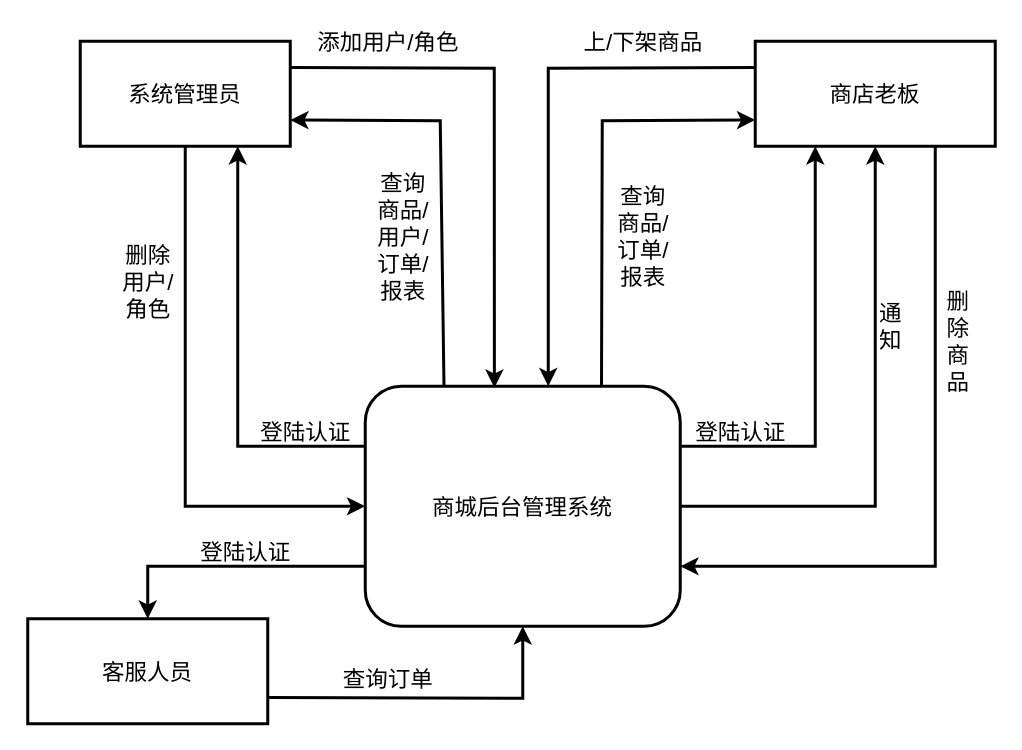
srcrs/draw-static keeps this draw.io diagram as 上下纹数据流图.drawio. Above is the earlier version. Source tidied: cells renumbered, new cells numbered last; positions are measured from the earlier drawing's top-left corner, leaving out a move shared by most shapes. Both pictures are drawn from the tidied source at 150%, with x=0, y=0 at pixel (27, 26).
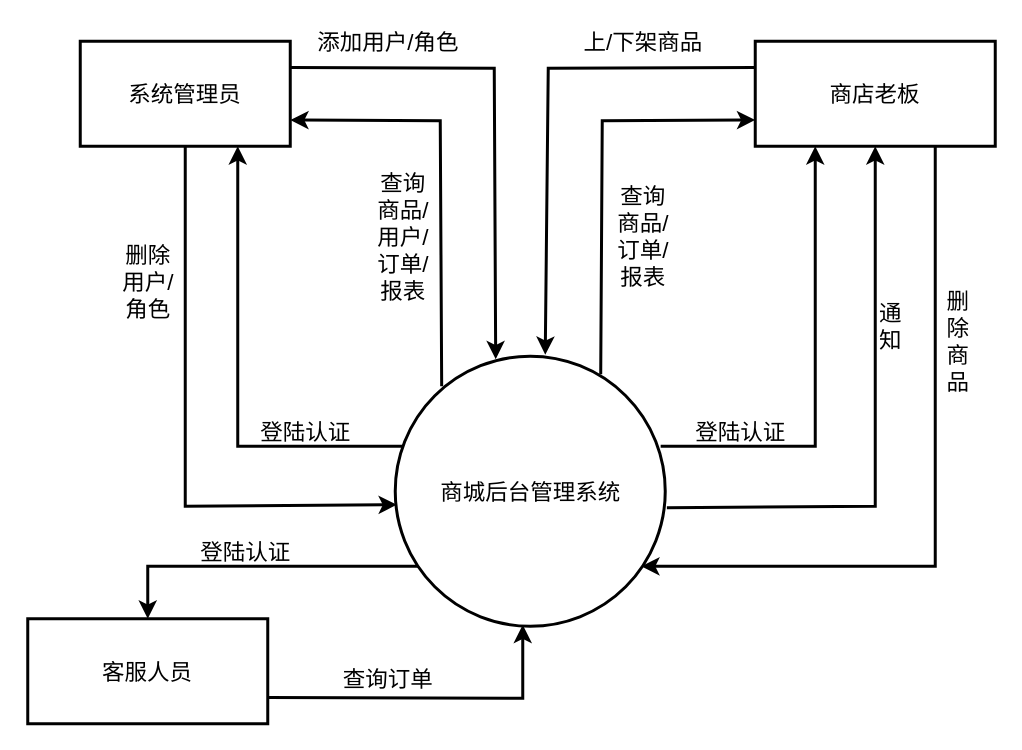
The same page after the edit.

Commit message:
更新上下纹数据流图.drawio

Unchanged cells that the change refers to:
```xml
<mxCell id="3" value="系统管理员" style="rounded=0;whiteSpace=wrap;html=1;absoluteArcSize=1;arcSize=14;strokeWidth=2;fontSize=15;" parent="1" vertex="1">
  <mxGeometry x="35" y="10" width="140" height="70" as="geometry" />
</mxCell>
<mxCell id="4" value="客服人员" style="rounded=0;whiteSpace=wrap;html=1;absoluteArcSize=1;arcSize=14;strokeWidth=2;fontSize=15;" parent="1" vertex="1">
  <mxGeometry y="395" width="160" height="70" as="geometry" />
</mxCell>
<mxCell id="5" value="商店老板" style="rounded=0;whiteSpace=wrap;html=1;absoluteArcSize=1;arcSize=14;strokeWidth=2;fontSize=15;" parent="1" vertex="1">
  <mxGeometry x="485" y="10" width="160" height="70" as="geometry" />
</mxCell>
```

The edit, as a diff of the source:
```diff
@@
-    <mxCell id="2" value="商城后台管理系统" style="rounded=1;whiteSpace=wrap;html=1;strokeWidth=2;fontSize=15;" parent="1" vertex="1">
-      <mxGeometry x="225" y="240" width="210" height="160" as="geometry" />
-    </mxCell>
@@
-    <mxCell id="6" style="endArrow=classic;html=1;fontSize=15;strokeWidth=2;exitX=1;exitY=0.25;exitDx=0;exitDy=0;entryX=0.41;entryY=0.006;entryDx=0;entryDy=0;entryPerimeter=0;rounded=0;" parent="1" edge="1" source="3" target="2">
+    <mxCell id="6" style="endArrow=classic;html=1;fontSize=15;strokeWidth=2;exitX=1;exitY=0.25;exitDx=0;exitDy=0;rounded=0;entryX=0.372;entryY=0.011;entryDx=0;entryDy=0;entryPerimeter=0;" parent="1" edge="1" source="3" target="2">
       <mxGeometry relative="1" as="geometry">
         <Array as="points">
           <mxPoint x="311" y="28" />
         </Array>
       </mxGeometry>
     </mxCell>
-    <mxCell id="7" style="endArrow=classic;html=1;fontSize=15;strokeWidth=2;entryX=1;entryY=0.75;entryDx=0;entryDy=0;exitX=0.25;exitY=0;exitDx=0;exitDy=0;rounded=0;" parent="1" edge="1" source="2" target="3">
+    <mxCell id="7" style="endArrow=classic;html=1;fontSize=15;strokeWidth=2;entryX=1;entryY=0.75;entryDx=0;entryDy=0;rounded=0;exitX=0.172;exitY=0.111;exitDx=0;exitDy=0;exitPerimeter=0;" parent="1" edge="1" source="2" target="3">
       <mxGeometry relative="1" as="geometry">
         <Array as="points">
           <mxPoint x="275" y="63" />
         </Array>
       </mxGeometry>
     </mxCell>
-    <mxCell id="8" style="endArrow=classic;html=1;fontSize=15;strokeWidth=2;entryX=0.75;entryY=1;entryDx=0;entryDy=0;exitX=0;exitY=0.25;exitDx=0;exitDy=0;rounded=0;" parent="1" edge="1" source="2" target="3">
+    <mxCell id="8" style="endArrow=classic;html=1;fontSize=15;strokeWidth=2;entryX=0.75;entryY=1;entryDx=0;entryDy=0;rounded=0;exitX=0.056;exitY=0.333;exitDx=0;exitDy=0;exitPerimeter=0;" parent="1" edge="1" source="2" target="3">
       <mxGeometry relative="1" as="geometry">
         <Array as="points">
           <mxPoint x="140" y="280" />
         </Array>
       </mxGeometry>
     </mxCell>
@@
     <mxCell id="12" style="endArrow=classic;html=1;fontSize=15;strokeWidth=2;exitX=0;exitY=0.25;exitDx=0;exitDy=0;rounded=0;" parent="1" edge="1" source="5">
       <mxGeometry relative="1" as="geometry">
-        <mxPoint x="347" y="240" as="targetPoint" />
+        <mxPoint x="345" y="219" as="targetPoint" />
         <Array as="points">
           <mxPoint x="347" y="28" />
         </Array>
       </mxGeometry>
     </mxCell>
@@
-    <mxCell id="14" style="endArrow=classic;html=1;fontSize=15;strokeWidth=2;exitX=0.75;exitY=0;exitDx=0;exitDy=0;entryX=0;entryY=0.75;entryDx=0;entryDy=0;rounded=0;" parent="1" edge="1" source="2" target="5">
+    <mxCell id="14" style="endArrow=classic;html=1;fontSize=15;strokeWidth=2;entryX=0;entryY=0.75;entryDx=0;entryDy=0;rounded=0;exitX=0.761;exitY=0.067;exitDx=0;exitDy=0;exitPerimeter=0;" parent="1" edge="1" source="2" target="5">
       <mxGeometry relative="1" as="geometry">
         <Array as="points">
           <mxPoint x="383" y="63" />
         </Array>
       </mxGeometry>
     </mxCell>
@@
-    <mxCell id="16" style="endArrow=classic;html=1;fontSize=15;strokeWidth=2;exitX=1;exitY=0.25;exitDx=0;exitDy=0;entryX=0.25;entryY=1;entryDx=0;entryDy=0;rounded=0;" parent="1" edge="1" source="2" target="5">
+    <mxCell id="16" style="endArrow=classic;html=1;fontSize=15;strokeWidth=2;entryX=0.25;entryY=1;entryDx=0;entryDy=0;rounded=0;exitX=0.983;exitY=0.333;exitDx=0;exitDy=0;exitPerimeter=0;" parent="1" edge="1" source="2" target="5">
       <mxGeometry relative="1" as="geometry">
         <Array as="points">
           <mxPoint x="525" y="280" />
         </Array>
       </mxGeometry>
     </mxCell>
@@
-    <mxCell id="18" style="endArrow=classic;html=1;fontSize=15;strokeWidth=2;exitX=1;exitY=0.5;exitDx=0;exitDy=0;entryX=0.5;entryY=1;entryDx=0;entryDy=0;rounded=0;" parent="1" edge="1" source="2" target="5">
+    <mxCell id="18" style="endArrow=classic;html=1;fontSize=15;strokeWidth=2;entryX=0.5;entryY=1;entryDx=0;entryDy=0;rounded=0;exitX=1.006;exitY=0.561;exitDx=0;exitDy=0;exitPerimeter=0;" parent="1" edge="1" source="2" target="5">
       <mxGeometry relative="1" as="geometry">
         <Array as="points">
           <mxPoint x="565" y="320" />
         </Array>
       </mxGeometry>
     </mxCell>
@@
-    <mxCell id="20" style="endArrow=classic;html=1;fontSize=15;strokeWidth=2;entryX=0;entryY=0.5;entryDx=0;entryDy=0;exitX=0.5;exitY=1;exitDx=0;exitDy=0;rounded=0;" parent="1" edge="1" source="3" target="2">
+    <mxCell id="20" style="endArrow=classic;html=1;fontSize=15;strokeWidth=2;exitX=0.5;exitY=1;exitDx=0;exitDy=0;rounded=0;entryX=0.006;entryY=0.55;entryDx=0;entryDy=0;entryPerimeter=0;" parent="1" edge="1" source="3" target="2">
       <mxGeometry relative="1" as="geometry">
         <Array as="points">
           <mxPoint x="105" y="320" />
         </Array>
       </mxGeometry>
     </mxCell>
@@
-    <mxCell id="22" style="endArrow=classic;html=1;fontSize=15;strokeWidth=2;exitX=0.75;exitY=1;exitDx=0;exitDy=0;entryX=1;entryY=0.75;entryDx=0;entryDy=0;rounded=0;" parent="1" edge="1" source="5" target="2">
+    <mxCell id="22" style="endArrow=classic;html=1;fontSize=15;strokeWidth=2;exitX=0.75;exitY=1;exitDx=0;exitDy=0;rounded=0;entryX=0.911;entryY=0.778;entryDx=0;entryDy=0;entryPerimeter=0;" parent="1" edge="1" source="5" target="2">
       <mxGeometry relative="1" as="geometry">
         <Array as="points">
           <mxPoint x="605" y="360" />
         </Array>
       </mxGeometry>
     </mxCell>
@@
-    <mxCell id="25" style="endArrow=classic;html=1;fontSize=15;strokeWidth=2;exitX=0;exitY=0.75;exitDx=0;exitDy=0;entryX=0.5;entryY=0;entryDx=0;entryDy=0;rounded=0;" parent="1" edge="1" source="2" target="4">
+    <mxCell id="25" style="endArrow=classic;html=1;fontSize=15;strokeWidth=2;entryX=0.5;entryY=0;entryDx=0;entryDy=0;rounded=0;" parent="1" edge="1" target="4">
       <mxGeometry relative="1" as="geometry">
+        <mxPoint x="265" y="360" as="sourcePoint" />
         <Array as="points">
           <mxPoint x="80" y="360" />
         </Array>
       </mxGeometry>
     </mxCell>
-    <mxCell id="26" style="endArrow=classic;html=1;fontSize=15;strokeWidth=2;exitX=1;exitY=0.75;exitDx=0;exitDy=0;entryX=0.5;entryY=1;entryDx=0;entryDy=0;rounded=0;" parent="1" edge="1" source="4" target="2">
+    <mxCell id="26" style="endArrow=classic;html=1;fontSize=15;strokeWidth=2;exitX=1;exitY=0.75;exitDx=0;exitDy=0;rounded=0;" parent="1" edge="1" source="4">
       <mxGeometry relative="1" as="geometry">
+        <mxPoint x="330" y="399" as="targetPoint" />
         <Array as="points">
           <mxPoint x="330" y="448" />
         </Array>
       </mxGeometry>
     </mxCell>
@@
+    <mxCell id="2" value="&lt;font style=&quot;font-size: 15px&quot;&gt;商城后台管理系统&lt;/font&gt;" style="shape=ellipse;html=1;dashed=0;whitespace=wrap;perimeter=ellipsePerimeter;strokeWidth=2;" parent="1" vertex="1">
+      <mxGeometry x="245" y="220" width="180" height="180" as="geometry" />
+    </mxCell>
```
